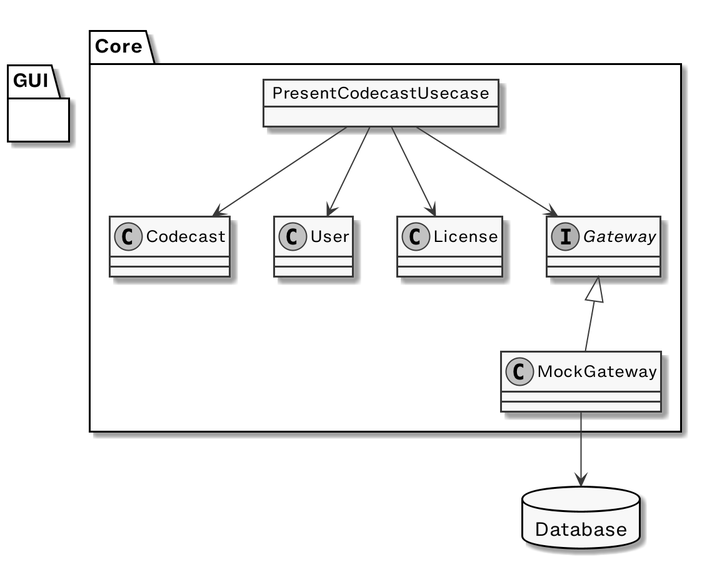
Above: schema.png in sundaycrafts/study-cleancoders-java-case-study (PlantUML), before the change.
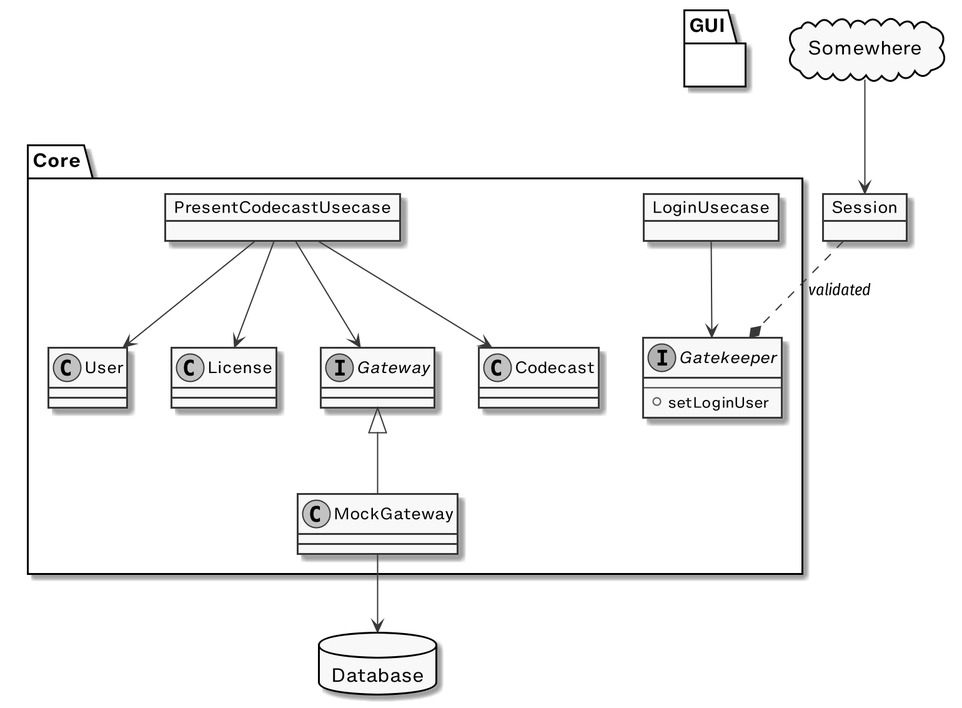
Later version of the same file.

Commit message:
chore: find additional usecase named loginUsecase

The edit, as a diff of the source:
```diff
@@ -13,6 +13,11 @@
   class License
   interface Gateway
   class MockGateway
+  object LoginUsecase
+  interface Gatekeeper {
+    ---
+    + setLoginUser
+  }
 }
 
 PresentCodecastUsecase --> Codecast
@@ -21,7 +26,13 @@
 PresentCodecastUsecase --> Gateway
 Gateway <|-- MockGateway
 MockGateway --> Database
+LoginUsecase --> Gatekeeper
 
 package GUI {
 }
+
+object Session
+cloud Somewhere
+Somewhere --> Session
+Session ..* Gatekeeper : validated
 @enduml
```
